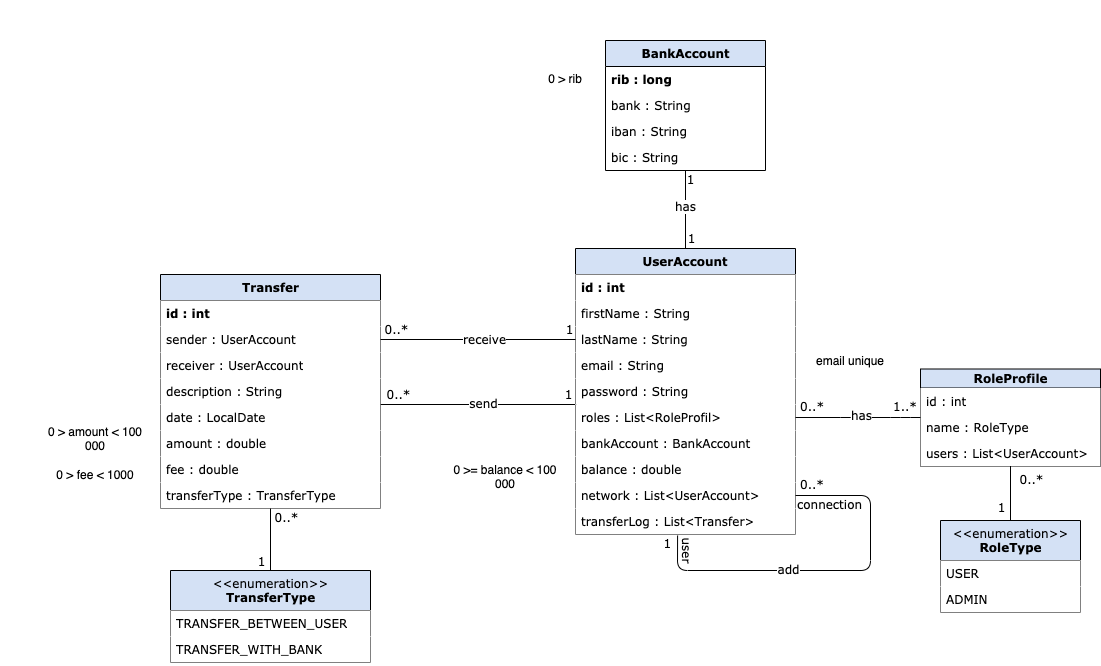
Earlier version of the draw.io export src/main/resources/static/Buddy_UML.png (June-Ruth/PayMyBuddy). Source tidied: cells renumbered, new cells last; positions are measured from the earlier drawing's top-left corner, leaving out a move shared by most shapes.
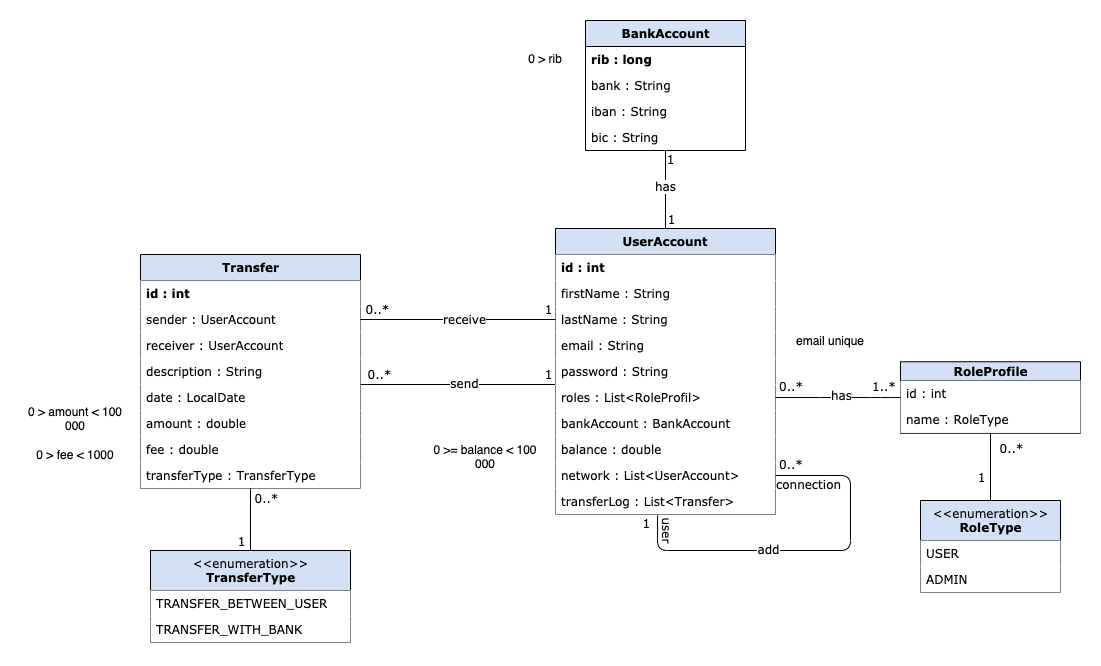
The same diagram one commit later.

Change to the diagram source:
```diff
@@ -215,7 +215,7 @@
       </mxGeometry>
     </mxCell>
     <mxCell id="58" value="RoleProfile" style="swimlane;html=1;fontStyle=1;horizontal=1;startSize=19;fillColor=#D4E1F5;swimlaneFillColor=#ffffff;rounded=0;shadow=0;comic=0;labelBackgroundColor=none;strokeWidth=1;fontFamily=Verdana;fontSize=12;align=center;" parent="1" vertex="1">
-      <mxGeometry x="880" y="328.5" width="180" height="97" as="geometry" />
+      <mxGeometry x="880" y="341.2" width="180" height="71.5" as="geometry" />
     </mxCell>
     <mxCell id="59" value="id : int" style="text;html=1;fillColor=#FFFFFF;align=left;verticalAlign=top;spacingLeft=4;spacingRight=4;whiteSpace=wrap;overflow=hidden;fontSize=12;fontFamily=Verdana;" parent="58" vertex="1">
       <mxGeometry y="19" width="180" height="26" as="geometry" />
@@ -223,9 +223,6 @@
     <mxCell id="60" value="name : RoleType" style="text;html=1;fillColor=#FFFFFF;align=left;verticalAlign=top;spacingLeft=4;spacingRight=4;whiteSpace=wrap;overflow=hidden;fontSize=12;fontFamily=Verdana;" parent="58" vertex="1">
       <mxGeometry y="45" width="180" height="26" as="geometry" />
     </mxCell>
-    <mxCell id="61" value="users : List&amp;lt;UserAccount&amp;gt;" style="text;html=1;fillColor=#FFFFFF;align=left;verticalAlign=top;spacingLeft=4;spacingRight=4;whiteSpace=wrap;overflow=hidden;fontSize=12;fontFamily=Verdana;" parent="58" vertex="1">
-      <mxGeometry y="71" width="180" height="26" as="geometry" />
-    </mxCell>
     <mxCell id="62" style="endArrow=none;endFill=0;endSize=24;html=1;exitX=1;exitY=0.5;exitDx=0;exitDy=0;fontSize=12;fontFamily=Verdana;entryX=0;entryY=0.5;entryDx=0;entryDy=0;" parent="1" edge="1" source="26" target="58">
       <mxGeometry relative="1" as="geometry">
         <Array as="points">
```
